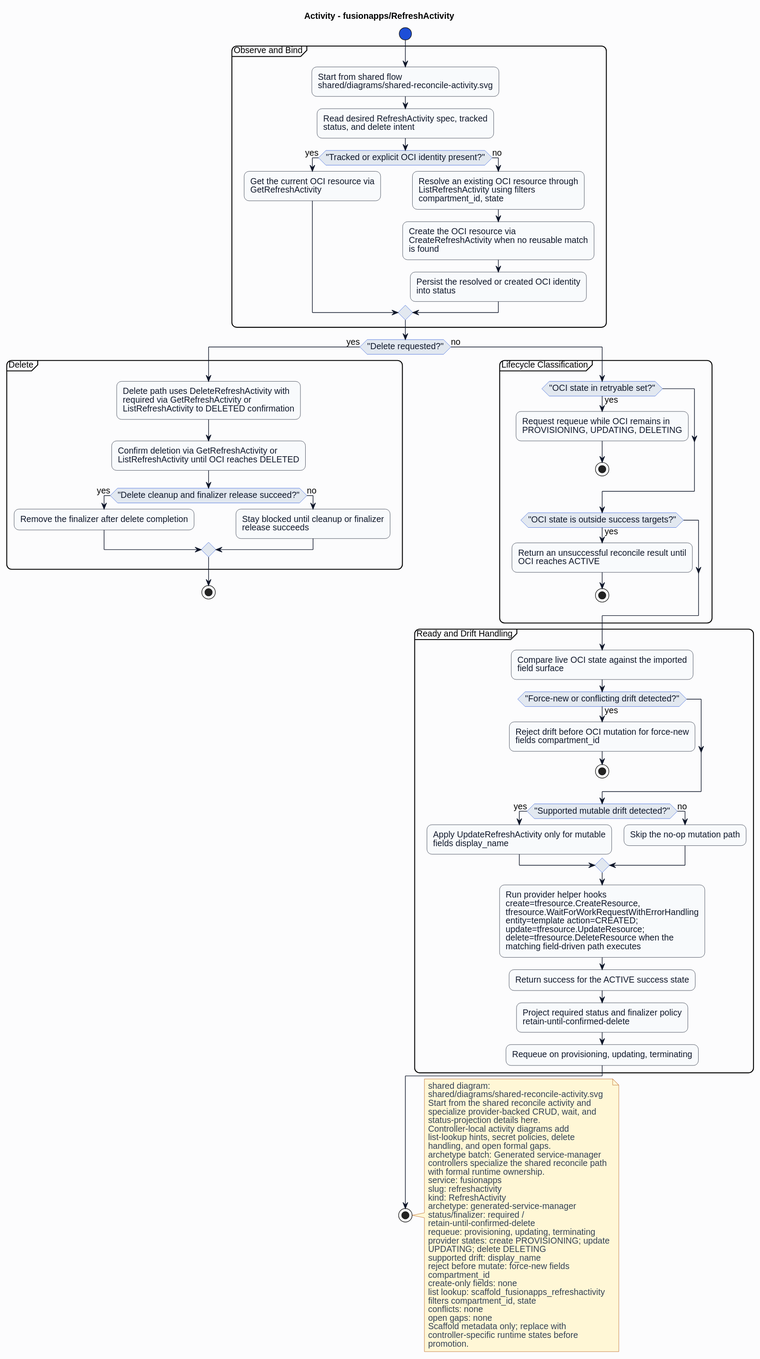
HaoyL666/oci-service-operator keeps this PlantUML diagram as formal/controllers/fusionapps/refreshactivity/diagrams/activity.svg. Above is the earlier version.
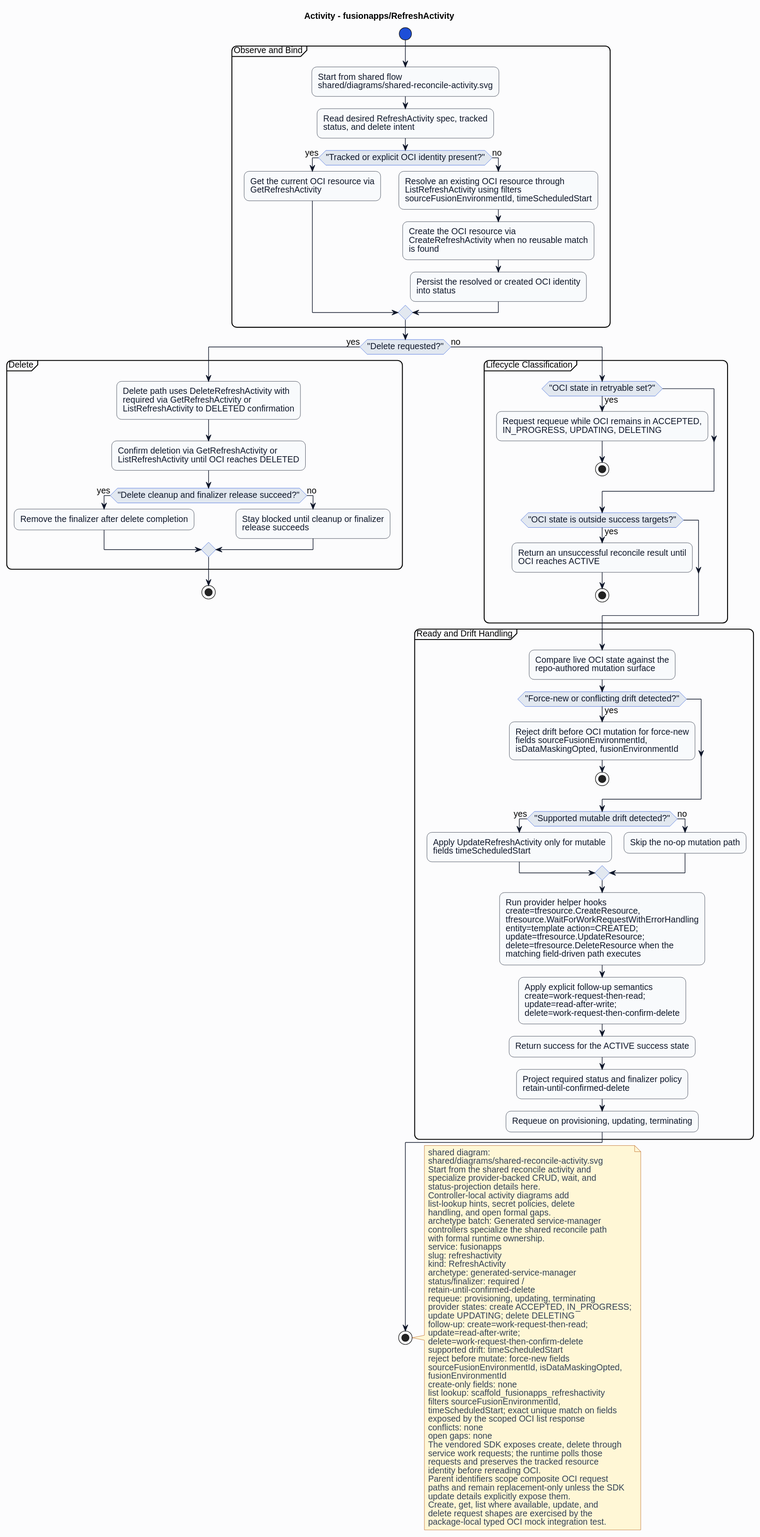
The same diagram one commit later.

Change to the diagram source:
```diff
@@ -27,7 +27,7 @@
 if ("Tracked or explicit OCI identity present?") then (yes)
 :Get the current OCI resource via\nGetRefreshActivity;
 else (no)
-:Resolve an existing OCI resource through\nListRefreshActivity using filters\ncompartment_id, state;
+:Resolve an existing OCI resource through\nListRefreshActivity using filters\nsourceFusionEnvironmentId, timeScheduledStart;
 :Create the OCI resource via\nCreateRefreshActivity when no reusable match\nis found;
 :Persist the resolved or created OCI identity\ninto status;
 endif
@@ -46,7 +46,7 @@
 else (no)
 partition "Lifecycle Classification" {
 if ("OCI state in retryable set?") then (yes)
-:Request requeue while OCI remains in\nPROVISIONING, UPDATING, DELETING;
+:Request requeue while OCI remains in ACCEPTED,\nIN_PROGRESS, UPDATING, DELETING;
 stop
 endif
 if ("OCI state is outside success targets?") then (yes)
@@ -55,17 +55,18 @@
 endif
 }
 partition "Ready and Drift Handling" {
-:Compare live OCI state against the imported\nfield surface;
+:Compare live OCI state against the\nrepo-authored mutation surface;
 if ("Force-new or conflicting drift detected?") then (yes)
-:Reject drift before OCI mutation for force-new\nfields compartment_id;
+:Reject drift before OCI mutation for force-new\nfields sourceFusionEnvironmentId,\nisDataMaskingOpted, fusionEnvironmentId;
 stop
 endif
 if ("Supported mutable drift detected?") then (yes)
-:Apply UpdateRefreshActivity only for mutable\nfields display_name;
+:Apply UpdateRefreshActivity only for mutable\nfields timeScheduledStart;
 else (no)
 :Skip the no-op mutation path;
 endif
 :Run provider helper hooks\ncreate=tfresource.CreateResource,\ntfresource.WaitForWorkRequestWithErrorHandling\nentity=template action=CREATED;\nupdate=tfresource.UpdateResource;\ndelete=tfresource.DeleteResource when the\nmatching field-driven path executes;
+:Apply explicit follow-up semantics\ncreate=work-request-then-read;\nupdate=read-after-write;\ndelete=work-request-then-confirm-delete;
 :Return success for the ACTIVE success state;
 :Project required status and finalizer policy\nretain-until-confirmed-delete;
 :Requeue on provisioning, updating, terminating;
@@ -91,18 +92,31 @@
 status/finalizer: required /
 retain-until-confirmed-delete
 requeue: provisioning, updating, terminating
-provider states: create PROVISIONING; update
-UPDATING; delete DELETING
-supported drift: display_name
+provider states: create ACCEPTED, IN_PROGRESS;
+update UPDATING; delete DELETING
+follow-up: create=work-request-then-read;
+update=read-after-write;
+delete=work-request-then-confirm-delete
+supported drift: timeScheduledStart
 reject before mutate: force-new fields
-compartment_id
+sourceFusionEnvironmentId, isDataMaskingOpted,
+fusionEnvironmentId
 create-only fields: none
 list lookup: scaffold_fusionapps_refreshactivity
-filters compartment_id, state
+filters sourceFusionEnvironmentId,
+timeScheduledStart; exact unique match on fields
+exposed by the scoped OCI list response
 conflicts: none
 open gaps: none
-Scaffold metadata only; replace with
-controller-specific runtime states before
-promotion.
+The vendored SDK exposes create, delete through
+service work requests; the runtime polls those
+requests and preserves the tracked resource
+identity before rereading OCI.
+Parent identifiers scope composite OCI request
+paths and remain replacement-only unless the SDK
+update details explicitly expose them.
+Create, get, list where available, update, and
+delete request shapes are exercised by the
+package-local typed OCI mock integration test.
 end note
 @enduml
```
